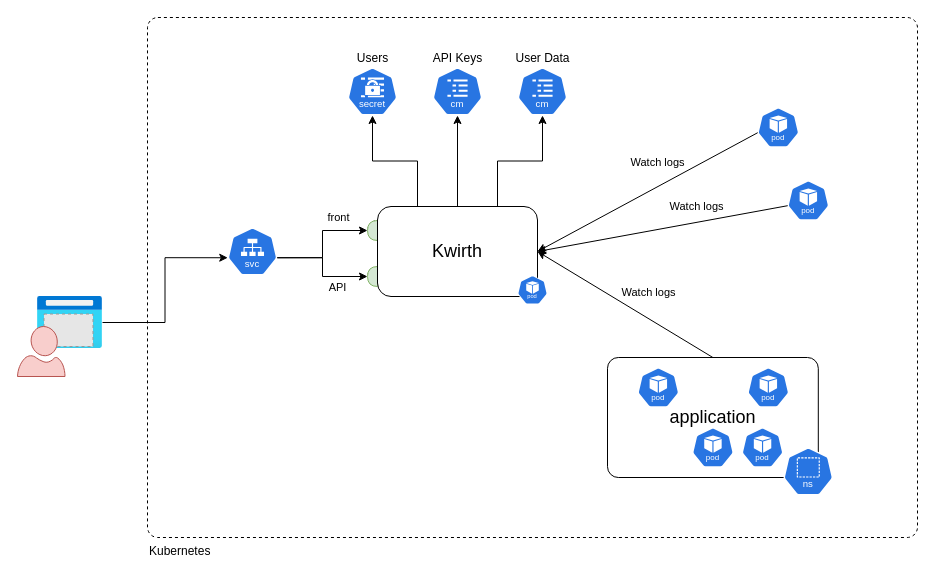
jfvilas/kwirth keeps this draw.io diagram as page "kwirth-arch" (1 of 4) of docs/_media/kwirth.drawio. Above is the earlier version. Source tidied: cells renumbered, new cells numbered last; positions are measured from the earlier drawing's top-left corner, leaving out a move shared by most shapes. Both pictures are drawn from the tidied source at 100%, with x=0, y=0 at pixel (17, 17). Pictures stored in the file or linked from it are replaced by grey dashed boxes.
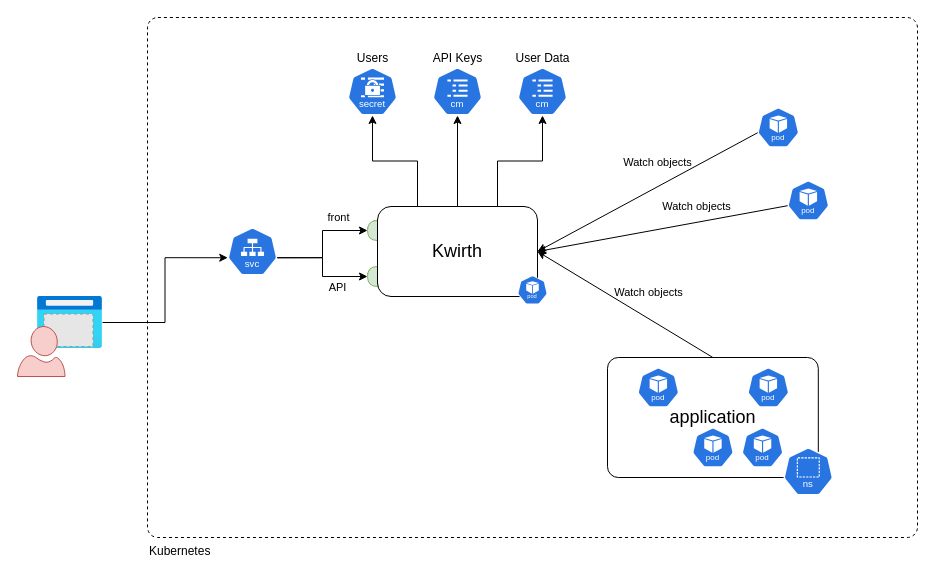
The same diagram, later.

The change refers to these unchanged cells:
```xml
<mxCell id="3" value="application" style="rounded=1;whiteSpace=wrap;html=1;fontSize=18;arcSize=9;" parent="1" vertex="1">
  <mxGeometry x="590" y="340" width="210.8" height="120" as="geometry" />
</mxCell>
<mxCell id="17" value="Kwirth" style="rounded=1;whiteSpace=wrap;html=1;fontSize=18;" parent="1" vertex="1">
  <mxGeometry x="360" y="189" width="160" height="90" as="geometry" />
</mxCell>
<mxCell id="19" style="sketch=0;html=1;dashed=0;whitespace=wrap;verticalLabelPosition=bottom;verticalAlign=top;fillColor=#2875E2;strokeColor=#ffffff;points=[[0.005,0.63,0],[0.1,0.2,0],[0.9,0.2,0],[0.5,0,0],[0.995,0.63,0],[0.72,0.99,0],[0.5,1,0],[0.28,0.99,0]];shape=mxgraph.kubernetes.icon2;kubernetesLabel=1;prIcon=pod;" parent="1" vertex="1">
  <mxGeometry x="740" y="90" width="41.7" height="40" as="geometry" />
</mxCell>
<mxCell id="20" style="sketch=0;html=1;dashed=0;whitespace=wrap;verticalLabelPosition=bottom;verticalAlign=top;fillColor=#2875E2;strokeColor=#ffffff;points=[[0.005,0.63,0],[0.1,0.2,0],[0.9,0.2,0],[0.5,0,0],[0.995,0.63,0],[0.72,0.99,0],[0.5,1,0],[0.28,0.99,0]];shape=mxgraph.kubernetes.icon2;kubernetesLabel=1;prIcon=pod;" parent="1" vertex="1">
  <mxGeometry x="770" y="163" width="41.7" height="40" as="geometry" />
</mxCell>
```

Change to the diagram source:
```diff
@@
-    <mxCell id="26" value="Watch logs" style="rounded=0;jettySize=auto;html=1;entryX=0.5;entryY=0;entryDx=0;entryDy=0;exitX=1;exitY=0.5;exitDx=0;exitDy=0;endArrow=none;endFill=0;startArrow=classic;startFill=1;labelBackgroundColor=none;" parent="1" edge="1" source="17" target="3">
+    <mxCell id="26" value="Watch objects" style="rounded=0;jettySize=auto;html=1;entryX=0.5;entryY=0;entryDx=0;entryDy=0;exitX=1;exitY=0.5;exitDx=0;exitDy=0;endArrow=none;endFill=0;startArrow=classic;startFill=1;labelBackgroundColor=none;" parent="1" edge="1" source="17" target="3">
       <mxGeometry x="0.13" y="22" relative="1" as="geometry" />
     </mxCell>
-    <mxCell id="27" value="Watch logs" style="rounded=0;jettySize=auto;html=1;entryX=0.005;entryY=0.63;entryDx=0;entryDy=0;exitX=1;exitY=0.5;exitDx=0;exitDy=0;entryPerimeter=0;startArrow=classic;startFill=1;endArrow=none;endFill=0;labelBackgroundColor=none;" parent="1" edge="1" source="17" target="19">
+    <mxCell id="27" value="Watch objects" style="rounded=0;jettySize=auto;html=1;entryX=0.005;entryY=0.63;entryDx=0;entryDy=0;exitX=1;exitY=0.5;exitDx=0;exitDy=0;entryPerimeter=0;startArrow=classic;startFill=1;endArrow=none;endFill=0;labelBackgroundColor=none;" parent="1" edge="1" source="17" target="19">
       <mxGeometry x="0.18" y="21" relative="1" as="geometry" />
     </mxCell>
-    <mxCell id="28" value="Watch logs" style="rounded=0;jettySize=auto;html=1;entryX=0.005;entryY=0.63;entryDx=0;entryDy=0;exitX=1;exitY=0.5;exitDx=0;exitDy=0;entryPerimeter=0;endArrow=none;endFill=0;startArrow=classic;startFill=1;labelBackgroundColor=none;horizontal=1;" parent="1" edge="1" source="17" target="20">
+    <mxCell id="28" value="Watch objects" style="rounded=0;jettySize=auto;html=1;entryX=0.005;entryY=0.63;entryDx=0;entryDy=0;exitX=1;exitY=0.5;exitDx=0;exitDy=0;entryPerimeter=0;endArrow=none;endFill=0;startArrow=classic;startFill=1;labelBackgroundColor=none;horizontal=1;" parent="1" edge="1" source="17" target="20">
       <mxGeometry x="0.3" y="16" relative="1" as="geometry" />
     </mxCell>
```
